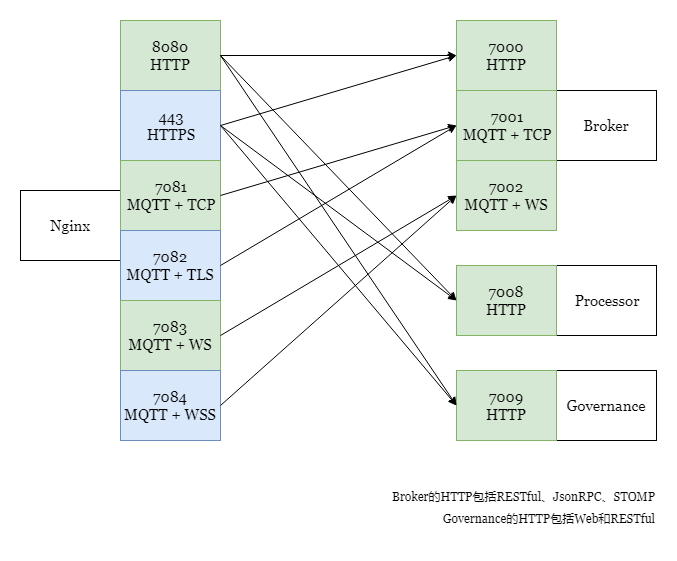
WeBankBlockchain/WeEvent-docs keeps this draw.io diagram as docs/image/port.png. Above is the earlier version. Source tidied: cells renumbered, new cells last; positions are measured from the earlier drawing's top-left corner, leaving out a move shared by most shapes.
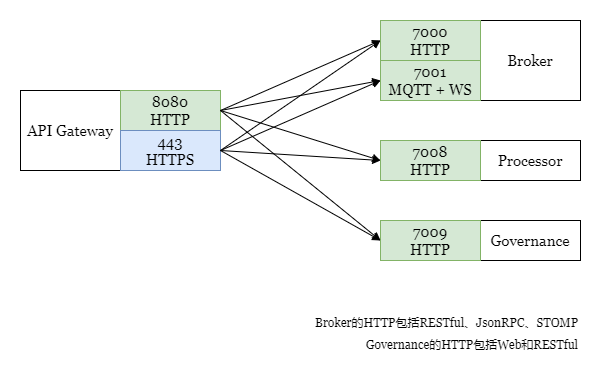
The same file after the commit.

What changed in the source:
```diff
@@ -3,46 +3,31 @@
     <mxCell id="0" />
     <mxCell id="1" parent="0" />
     <mxCell id="2" value="Processor" style="rounded=0;whiteSpace=wrap;html=1;fontFamily=Georgia;fontSize=15;spacingLeft=0;spacing=0;" parent="1" vertex="1">
-      <mxGeometry x="536" y="245" width="100" height="70" as="geometry" />
+      <mxGeometry x="539" y="240" width="100" height="40" as="geometry" />
     </mxCell>
-    <mxCell id="3" value="Nginx" style="rounded=0;whiteSpace=wrap;html=1;fontFamily=Georgia;fontSize=15;spacingLeft=0;spacing=0;align=center;" parent="1" vertex="1">
-      <mxGeometry y="170" width="100" height="70" as="geometry" />
+    <mxCell id="3" value="API Gateway" style="rounded=0;whiteSpace=wrap;html=1;fontFamily=Georgia;fontSize=15;spacingLeft=0;spacing=0;align=center;" parent="1" vertex="1">
+      <mxGeometry x="79" y="190" width="100" height="80" as="geometry" />
     </mxCell>
     <mxCell id="4" value="8080&lt;br style=&quot;font-size: 15px;&quot;&gt;HTTP&lt;br style=&quot;font-size: 15px;&quot;&gt;" style="rounded=0;whiteSpace=wrap;html=1;fontFamily=Georgia;fontSize=15;fillColor=#d5e8d4;strokeColor=#82b366;spacingLeft=0;spacing=0;" parent="1" vertex="1">
-      <mxGeometry x="100" width="100" height="70" as="geometry" />
+      <mxGeometry x="179" y="190" width="100" height="40" as="geometry" />
     </mxCell>
     <mxCell id="5" value="443&lt;br style=&quot;font-size: 15px;&quot;&gt;HTTPS&lt;br style=&quot;font-size: 15px;&quot;&gt;" style="rounded=0;whiteSpace=wrap;html=1;fontFamily=Georgia;fontSize=15;fillColor=#dae8fc;strokeColor=#6c8ebf;spacingLeft=0;spacing=0;" parent="1" vertex="1">
-      <mxGeometry x="100" y="70" width="100" height="70" as="geometry" />
+      <mxGeometry x="179" y="230" width="100" height="40" as="geometry" />
     </mxCell>
-    <mxCell id="6" value="7081&lt;br style=&quot;font-size: 15px&quot;&gt;MQTT + TCP" style="rounded=0;whiteSpace=wrap;html=1;fontFamily=Georgia;fontSize=15;fillColor=#d5e8d4;strokeColor=#82b366;spacingLeft=0;spacing=0;" parent="1" vertex="1">
-      <mxGeometry x="100" y="140" width="100" height="70" as="geometry" />
-    </mxCell>
-    <mxCell id="7" value="7082&lt;br style=&quot;font-size: 15px&quot;&gt;MQTT + TLS" style="rounded=0;whiteSpace=wrap;html=1;fontFamily=Georgia;fontSize=15;fillColor=#dae8fc;strokeColor=#6c8ebf;spacingLeft=0;spacing=0;" parent="1" vertex="1">
-      <mxGeometry x="100" y="210" width="100" height="70" as="geometry" />
-    </mxCell>
-    <mxCell id="8" value="7083&lt;br style=&quot;font-size: 15px&quot;&gt;MQTT + WS" style="rounded=0;whiteSpace=wrap;html=1;fontFamily=Georgia;fontSize=15;fillColor=#d5e8d4;strokeColor=#82b366;spacingLeft=0;spacing=0;" parent="1" vertex="1">
-      <mxGeometry x="100" y="280" width="100" height="70" as="geometry" />
-    </mxCell>
-    <mxCell id="9" value="7084&lt;br style=&quot;font-size: 15px&quot;&gt;MQTT + WSS" style="rounded=0;whiteSpace=wrap;html=1;fontFamily=Georgia;fontSize=15;fillColor=#dae8fc;strokeColor=#6c8ebf;spacingLeft=0;spacing=0;" parent="1" vertex="1">
-      <mxGeometry x="100" y="350" width="100" height="70" as="geometry" />
-    </mxCell>
     <mxCell id="10" value="Broker" style="rounded=0;whiteSpace=wrap;html=1;fontFamily=Georgia;fontSize=15;spacingLeft=0;spacing=0;" parent="1" vertex="1">
-      <mxGeometry x="536" y="70" width="100" height="70" as="geometry" />
+      <mxGeometry x="539" y="120" width="100" height="80" as="geometry" />
     </mxCell>
     <mxCell id="11" value="Governance" style="rounded=0;whiteSpace=wrap;html=1;fontFamily=Georgia;fontSize=15;spacingLeft=0;spacing=0;" parent="1" vertex="1">
-      <mxGeometry x="536" y="350" width="100" height="70" as="geometry" />
+      <mxGeometry x="539" y="320" width="100" height="40" as="geometry" />
     </mxCell>
     <mxCell id="12" value="7000&lt;br style=&quot;font-size: 15px&quot;&gt;HTTP" style="rounded=0;whiteSpace=wrap;html=1;fontFamily=Georgia;fontSize=15;fillColor=#d5e8d4;strokeColor=#82b366;spacingLeft=0;spacing=0;" parent="1" vertex="1">
-      <mxGeometry x="436" width="100" height="70" as="geometry" />
+      <mxGeometry x="439" y="120" width="100" height="40" as="geometry" />
     </mxCell>
-    <mxCell id="13" value="7001&lt;br style=&quot;font-size: 15px&quot;&gt;MQTT + TCP" style="rounded=0;whiteSpace=wrap;html=1;fontFamily=Georgia;fontSize=15;fillColor=#d5e8d4;strokeColor=#82b366;spacingLeft=0;spacing=0;" parent="1" vertex="1">
-      <mxGeometry x="436" y="70" width="100" height="70" as="geometry" />
-    </mxCell>
-    <mxCell id="14" value="7002&lt;br style=&quot;font-size: 15px&quot;&gt;MQTT + WS" style="rounded=0;whiteSpace=wrap;html=1;fontFamily=Georgia;fontSize=15;fillColor=#d5e8d4;strokeColor=#82b366;spacingLeft=0;spacing=0;" parent="1" vertex="1">
-      <mxGeometry x="436" y="140" width="100" height="70" as="geometry" />
+    <mxCell id="14" value="7001&lt;br&gt;MQTT + WS" style="rounded=0;whiteSpace=wrap;html=1;fontFamily=Georgia;fontSize=15;fillColor=#d5e8d4;strokeColor=#82b366;spacingLeft=0;spacing=0;" parent="1" vertex="1">
+      <mxGeometry x="439" y="160" width="100" height="40" as="geometry" />
     </mxCell>
     <mxCell id="15" value="7009&lt;br style=&quot;font-size: 15px&quot;&gt;HTTP" style="rounded=0;whiteSpace=wrap;html=1;fontFamily=Georgia;fontSize=15;spacingLeft=0;spacing=0;fillColor=#d5e8d4;strokeColor=#82b366;" parent="1" vertex="1">
-      <mxGeometry x="436" y="350" width="100" height="70" as="geometry" />
+      <mxGeometry x="439" y="320" width="100" height="40" as="geometry" />
     </mxCell>
     <mxCell id="16" style="endArrow=classic;html=1;entryX=0;entryY=0.5;entryDx=0;entryDy=0;fontFamily=Georgia;fontSize=13;spacingLeft=0;spacing=0;exitX=1;exitY=0.5;exitDx=0;exitDy=0;" parent="1" edge="1" source="4" target="12">
       <mxGeometry relative="1" as="geometry" />
@@ -56,23 +41,11 @@
     <mxCell id="19" style="endArrow=classic;html=1;entryX=0;entryY=0.5;entryDx=0;entryDy=0;exitX=1;exitY=0.5;exitDx=0;exitDy=0;fontFamily=Georgia;fontSize=13;spacingLeft=0;spacing=0;" parent="1" edge="1" source="5" target="12">
       <mxGeometry relative="1" as="geometry" />
     </mxCell>
-    <mxCell id="20" style="endArrow=classic;html=1;entryX=0;entryY=0.5;entryDx=0;entryDy=0;exitX=1;exitY=0.5;exitDx=0;exitDy=0;fontFamily=Georgia;fontSize=13;spacingLeft=0;spacing=0;" parent="1" edge="1" source="6" target="13">
-      <mxGeometry relative="1" as="geometry" />
-    </mxCell>
-    <mxCell id="21" style="endArrow=classic;html=1;entryX=0;entryY=0.5;entryDx=0;entryDy=0;exitX=1;exitY=0.5;exitDx=0;exitDy=0;fontFamily=Georgia;fontSize=13;spacingLeft=0;spacing=0;" parent="1" edge="1" source="7" target="13">
-      <mxGeometry relative="1" as="geometry" />
-    </mxCell>
-    <mxCell id="22" style="endArrow=classic;html=1;entryX=0;entryY=0.5;entryDx=0;entryDy=0;exitX=1;exitY=0.5;exitDx=0;exitDy=0;fontFamily=Georgia;fontSize=13;spacingLeft=0;spacing=0;" parent="1" edge="1" source="8" target="14">
-      <mxGeometry relative="1" as="geometry" />
-    </mxCell>
-    <mxCell id="23" style="endArrow=classic;html=1;entryX=0;entryY=0.5;entryDx=0;entryDy=0;exitX=1;exitY=0.5;exitDx=0;exitDy=0;fontFamily=Georgia;fontSize=13;spacingLeft=0;spacing=0;" parent="1" edge="1" source="9" target="14">
-      <mxGeometry relative="1" as="geometry" />
-    </mxCell>
     <mxCell id="24" value="&lt;p style=&quot;line-height: 190%; font-size: 12px;&quot;&gt;Broker的HTTP包括RESTful、JsonRPC、STOMP&lt;br style=&quot;font-size: 12px;&quot;&gt;Governance的HTTP包括Web和RESTful&lt;br style=&quot;font-size: 12px;&quot;&gt;&lt;/p&gt;" style="text;html=1;strokeColor=none;fillColor=none;align=right;verticalAlign=middle;whiteSpace=wrap;rounded=0;fontFamily=Georgia;fontSize=12;" parent="1" vertex="1">
-      <mxGeometry x="296" y="454" width="340" height="66" as="geometry" />
+      <mxGeometry x="299" y="400" width="340" height="66" as="geometry" />
     </mxCell>
     <mxCell id="25" value="7008&lt;br style=&quot;font-size: 15px&quot;&gt;HTTP" style="rounded=0;whiteSpace=wrap;html=1;fontFamily=Georgia;fontSize=15;spacingLeft=0;spacing=0;fillColor=#d5e8d4;strokeColor=#82b366;" parent="1" vertex="1">
-      <mxGeometry x="436" y="245" width="100" height="70" as="geometry" />
+      <mxGeometry x="439" y="240" width="100" height="40" as="geometry" />
     </mxCell>
     <mxCell id="26" style="endArrow=classic;html=1;exitX=1;exitY=0.5;exitDx=0;exitDy=0;fontFamily=Georgia;fontSize=13;spacingLeft=0;spacing=0;entryX=0;entryY=0.5;entryDx=0;entryDy=0;" parent="1" edge="1" source="4" target="25">
       <mxGeometry relative="1" as="geometry" />
@@ -80,5 +53,13 @@
     <mxCell id="27" style="endArrow=classic;html=1;fontFamily=Georgia;fontSize=13;spacingLeft=0;spacing=0;entryX=0;entryY=0.5;entryDx=0;entryDy=0;exitX=1;exitY=0.5;exitDx=0;exitDy=0;" parent="1" edge="1" source="5" target="25">
       <mxGeometry relative="1" as="geometry" />
     </mxCell>
+    <mxCell id="28" style="endArrow=classic;html=1;exitX=1;exitY=0.5;exitDx=0;exitDy=0;fontFamily=Georgia;fontSize=13;spacingLeft=0;spacing=0;" parent="1" edge="1" source="4">
+      <mxGeometry relative="1" as="geometry">
+        <mxPoint x="439" y="180" as="targetPoint" />
+      </mxGeometry>
+    </mxCell>
+    <mxCell id="29" style="endArrow=classic;html=1;fontFamily=Georgia;fontSize=13;spacingLeft=0;spacing=0;entryX=0;entryY=0.5;entryDx=0;entryDy=0;exitX=1;exitY=0.5;exitDx=0;exitDy=0;" parent="1" edge="1" source="5" target="14">
+      <mxGeometry relative="1" as="geometry" />
+    </mxCell>
   </root>
 </mxGraphModel>
```
